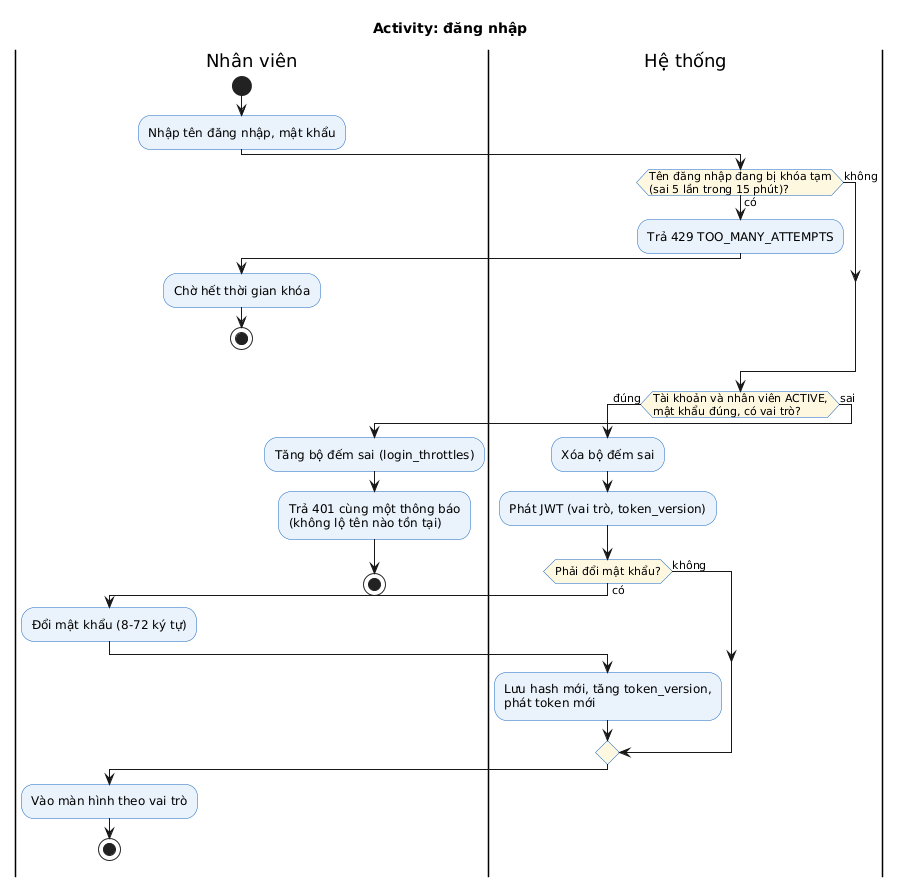
Anpham120/restaurant-management-system keeps this PlantUML diagram as docs/bao-cao-ltnc/uml/act-dang-nhap.png. Above is the earlier version.
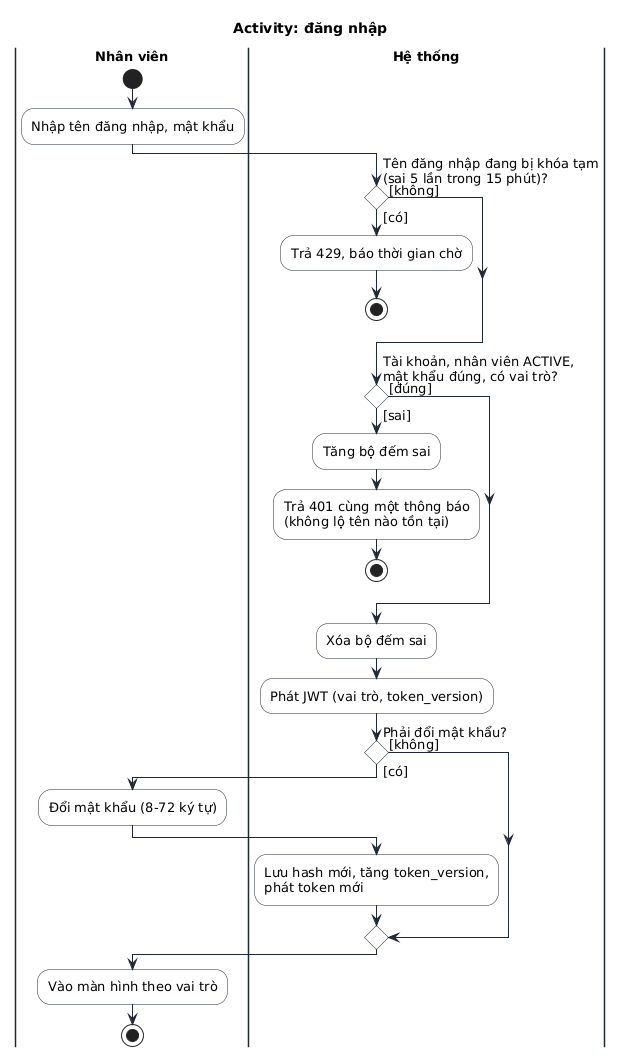
Later version of the same file.

Diff of the diagram source:
```diff
@@ -1,35 +1,33 @@
 @startuml
 !include _style.iuml
+skinparam conditionStyle diamond
+skinparam conditionEndStyle diamond
 title Activity: đăng nhập
 |Nhân viên|
 start
 :Nhập tên đăng nhập, mật khẩu;
 |Hệ thống|
-if (Tên đăng nhập đang bị khóa tạm\n(sai 5 lần trong 15 phút)?) then (có)
-  :Trả 429 TOO_MANY_ATTEMPTS;
+if (Tên đăng nhập đang bị khóa tạm\n(sai 5 lần trong 15 phút)?) then ([có])
+  :Trả 429, báo thời gian chờ;
+  stop
+else ([không])
+endif
+if (Tài khoản, nhân viên ACTIVE,\nmật khẩu đúng, có vai trò?) then ([sai])
+  :Tăng bộ đếm sai;
+  :Trả 401 cùng một thông báo\n(không lộ tên nào tồn tại);
+  stop
+else ([đúng])
+endif
+:Xóa bộ đếm sai;
+:Phát JWT (vai trò, token_version);
+if (Phải đổi mật khẩu?) then ([có])
   |Nhân viên|
-  :Chờ hết thời gian khóa;
-  stop
-else (không)
+  :Đổi mật khẩu (8-72 ký tự);
+  |Hệ thống|
+  :Lưu hash mới, tăng token_version,\nphát token mới;
+else ([không])
 endif
-|Hệ thống|
-if (Tài khoản và nhân viên ACTIVE,\nmật khẩu đúng, có vai trò?) then (đúng)
-  :Xóa bộ đếm sai;
-  :Phát JWT (vai trò, token_version);
-  if (Phải đổi mật khẩu?) then (có)
-    |Nhân viên|
-    :Đổi mật khẩu (8-72 ký tự);
-    |Hệ thống|
-    :Lưu hash mới, tăng token_version,\nphát token mới;
-  else (không)
-  endif
-  |Nhân viên|
-  :Vào màn hình theo vai trò;
-  stop
-else (sai)
-  :Tăng bộ đếm sai (login_throttles);
-  :Trả 401 cùng một thông báo\n(không lộ tên nào tồn tại);
-  |Nhân viên|
-  stop
-endif
+|Nhân viên|
+:Vào màn hình theo vai trò;
+stop
 @enduml
```
